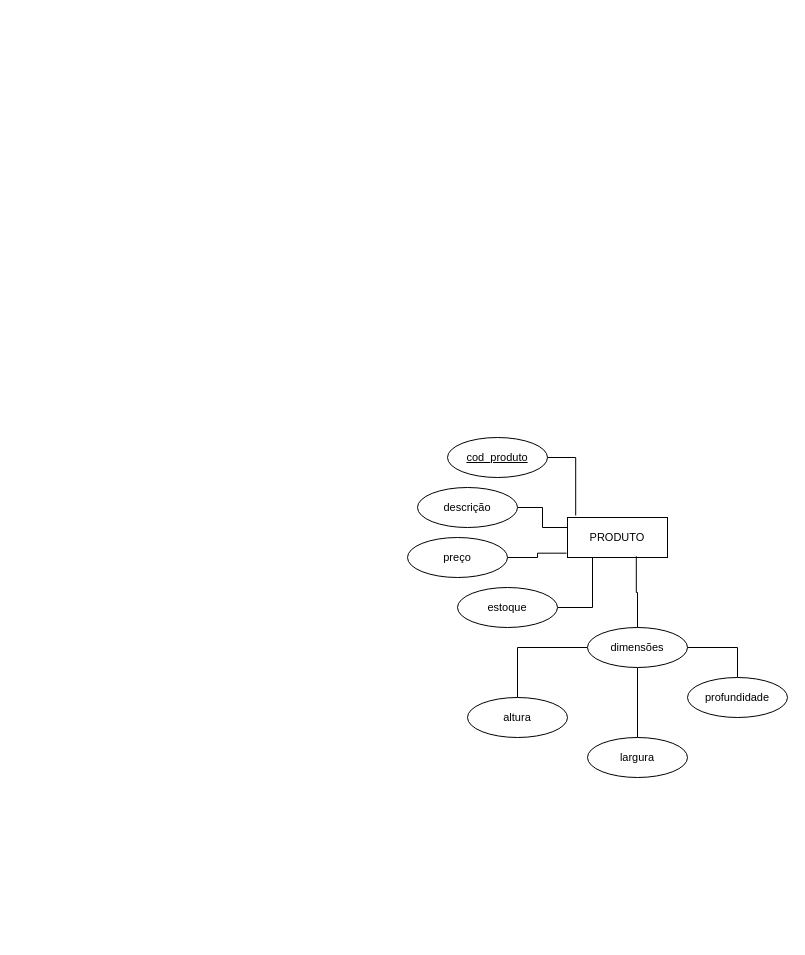
Teroriata/BANCO-DE-DADOS-2025.2 keeps this draw.io diagram as Mind.drawio. Above is the earlier version. Source tidied: cells renumbered, new cells numbered last; positions are measured from the earlier drawing's top-left corner, leaving out a move shared by most shapes. Both pictures are drawn from the tidied source at 100%, with x=0, y=0 at pixel (407, 437).
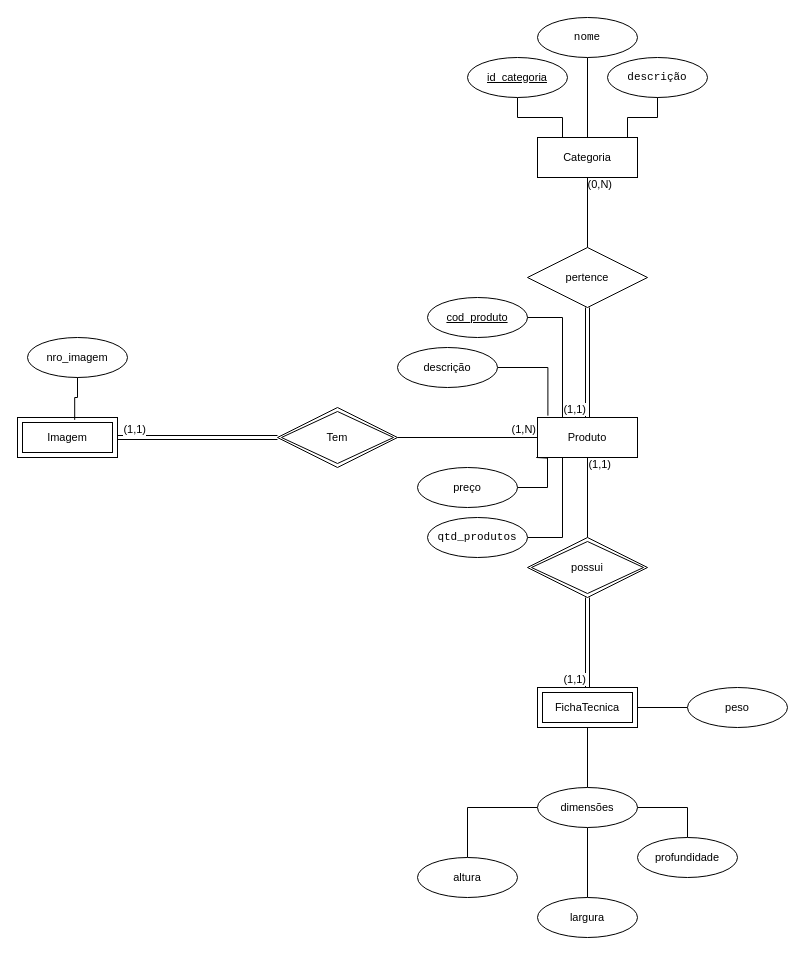
After the change.

What changed in the source:
```diff
@@
-    <mxCell id="2" value="PRODUTO" style="whiteSpace=wrap;html=1;align=center;fontFamily=Helvetica;fontSize=11;fontColor=default;labelBackgroundColor=default;" parent="1" vertex="1">
-      <mxGeometry x="160" y="80" width="100" height="40" as="geometry" />
+    <mxCell id="2" value="Produto" style="whiteSpace=wrap;html=1;align=center;fontFamily=Helvetica;fontSize=11;fontColor=default;labelBackgroundColor=default;" parent="1" vertex="1">
+      <mxGeometry x="130" y="-20" width="100" height="40" as="geometry" />
     </mxCell>
     <mxCell id="3" value="cod_produto" style="ellipse;whiteSpace=wrap;html=1;align=center;fontStyle=4;fontFamily=Helvetica;fontSize=11;fontColor=default;labelBackgroundColor=default;" parent="1" vertex="1">
-      <mxGeometry x="40" width="100" height="40" as="geometry" />
+      <mxGeometry x="20" y="-140" width="100" height="40" as="geometry" />
     </mxCell>
-    <mxCell id="4" style="edgeStyle=orthogonalEdgeStyle;shape=connector;rounded=0;jettySize=auto;html=1;entryX=0;entryY=0.25;entryDx=0;entryDy=0;strokeColor=default;align=center;verticalAlign=middle;fontFamily=Helvetica;fontSize=11;fontColor=default;labelBackgroundColor=default;endArrow=none;endFill=0;" parent="1" edge="1" source="5" target="2">
+    <mxCell id="4" style="edgeStyle=orthogonalEdgeStyle;shape=connector;rounded=0;jettySize=auto;html=1;entryX=0.104;entryY=-0.046;entryDx=0;entryDy=0;strokeColor=default;align=center;verticalAlign=middle;fontFamily=Helvetica;fontSize=11;fontColor=default;labelBackgroundColor=default;endArrow=none;endFill=0;entryPerimeter=0;" parent="1" edge="1" source="5" target="2">
       <mxGeometry relative="1" as="geometry" />
     </mxCell>
     <mxCell id="5" value="descrição" style="ellipse;whiteSpace=wrap;html=1;align=center;fontFamily=Helvetica;fontSize=11;fontColor=default;labelBackgroundColor=default;" parent="1" vertex="1">
-      <mxGeometry x="10" y="50" width="100" height="40" as="geometry" />
+      <mxGeometry x="-10" y="-90" width="100" height="40" as="geometry" />
     </mxCell>
     <mxCell id="6" value="preço" style="ellipse;whiteSpace=wrap;html=1;align=center;fontFamily=Helvetica;fontSize=11;fontColor=default;labelBackgroundColor=default;" parent="1" vertex="1">
-      <mxGeometry y="100" width="100" height="40" as="geometry" />
+      <mxGeometry x="10" y="30" width="100" height="40" as="geometry" />
     </mxCell>
@@
-    <mxCell id="8" value="estoque" style="ellipse;whiteSpace=wrap;html=1;align=center;fontFamily=Helvetica;fontSize=11;fontColor=default;labelBackgroundColor=default;" parent="1" vertex="1">
-      <mxGeometry x="50" y="150" width="100" height="40" as="geometry" />
+    <mxCell id="8" value="&lt;code&gt;qtd_produtos&lt;/code&gt;" style="ellipse;whiteSpace=wrap;html=1;align=center;fontFamily=Helvetica;fontSize=11;fontColor=default;labelBackgroundColor=default;" parent="1" vertex="1">
+      <mxGeometry x="20" y="80" width="100" height="40" as="geometry" />
     </mxCell>
-    <mxCell id="9" style="edgeStyle=orthogonalEdgeStyle;shape=connector;rounded=0;jettySize=auto;html=1;entryX=-0.01;entryY=0.892;entryDx=0;entryDy=0;entryPerimeter=0;strokeColor=default;align=center;verticalAlign=middle;fontFamily=Helvetica;fontSize=11;fontColor=default;labelBackgroundColor=default;endArrow=none;endFill=0;" parent="1" edge="1" source="6" target="2">
-      <mxGeometry relative="1" as="geometry" />
+    <mxCell id="9" style="edgeStyle=orthogonalEdgeStyle;shape=connector;rounded=0;jettySize=auto;html=1;entryX=0.105;entryY=1.016;entryDx=0;entryDy=0;entryPerimeter=0;strokeColor=default;align=center;verticalAlign=middle;fontFamily=Helvetica;fontSize=11;fontColor=default;labelBackgroundColor=default;endArrow=none;endFill=0;" parent="1" edge="1" source="6" target="2">
+      <mxGeometry relative="1" as="geometry">
+        <Array as="points">
+          <mxPoint x="140" y="50" />
+          <mxPoint x="140" y="20" />
+          <mxPoint x="129" y="20" />
+        </Array>
+      </mxGeometry>
     </mxCell>
-    <mxCell id="10" style="edgeStyle=orthogonalEdgeStyle;shape=connector;rounded=0;jettySize=auto;html=1;entryX=0.082;entryY=-0.05;entryDx=0;entryDy=0;entryPerimeter=0;strokeColor=default;align=center;verticalAlign=middle;fontFamily=Helvetica;fontSize=11;fontColor=default;labelBackgroundColor=default;endArrow=none;endFill=0;" parent="1" edge="1" source="3" target="2">
+    <mxCell id="10" style="edgeStyle=orthogonalEdgeStyle;shape=connector;rounded=0;jettySize=auto;html=1;entryX=0.25;entryY=0;entryDx=0;entryDy=0;strokeColor=default;align=center;verticalAlign=middle;fontFamily=Helvetica;fontSize=11;fontColor=default;labelBackgroundColor=default;endArrow=none;endFill=0;" parent="1" edge="1" source="3" target="2">
       <mxGeometry relative="1" as="geometry" />
     </mxCell>
@@
+    <mxCell id="19" style="edgeStyle=orthogonalEdgeStyle;shape=connector;rounded=0;jettySize=auto;html=1;entryX=0.5;entryY=1;entryDx=0;entryDy=0;strokeColor=default;align=center;verticalAlign=middle;fontFamily=Helvetica;fontSize=11;fontColor=default;labelBackgroundColor=default;endArrow=none;endFill=0;" parent="1" edge="1" source="13" target="22">
+      <mxGeometry relative="1" as="geometry" />
+    </mxCell>
     <mxCell id="13" value="dimensões" style="ellipse;whiteSpace=wrap;html=1;align=center;fontFamily=Helvetica;fontSize=11;fontColor=default;labelBackgroundColor=default;" parent="1" vertex="1">
-      <mxGeometry x="180" y="190" width="100" height="40" as="geometry" />
+      <mxGeometry x="130" y="350" width="100" height="40" as="geometry" />
     </mxCell>
-    <mxCell id="14" style="edgeStyle=orthogonalEdgeStyle;shape=connector;rounded=0;jettySize=auto;html=1;entryX=0.688;entryY=0.969;entryDx=0;entryDy=0;entryPerimeter=0;strokeColor=default;align=center;verticalAlign=middle;fontFamily=Helvetica;fontSize=11;fontColor=default;labelBackgroundColor=default;endArrow=none;endFill=0;" parent="1" edge="1" source="13" target="2">
-      <mxGeometry relative="1" as="geometry" />
-    </mxCell>
     <mxCell id="15" value="altura" style="ellipse;whiteSpace=wrap;html=1;align=center;fontFamily=Helvetica;fontSize=11;fontColor=default;labelBackgroundColor=default;" parent="1" vertex="1">
-      <mxGeometry x="60" y="260" width="100" height="40" as="geometry" />
+      <mxGeometry x="10" y="420" width="100" height="40" as="geometry" />
     </mxCell>
     <mxCell id="16" value="largura" style="ellipse;whiteSpace=wrap;html=1;align=center;fontFamily=Helvetica;fontSize=11;fontColor=default;labelBackgroundColor=default;" parent="1" vertex="1">
-      <mxGeometry x="180" y="300" width="100" height="40" as="geometry" />
+      <mxGeometry x="130" y="460" width="100" height="40" as="geometry" />
     </mxCell>
@@
     <mxCell id="18" value="profundidade" style="ellipse;whiteSpace=wrap;html=1;align=center;fontFamily=Helvetica;fontSize=11;fontColor=default;labelBackgroundColor=default;" parent="1" vertex="1">
-      <mxGeometry x="280" y="240" width="100" height="40" as="geometry" />
+      <mxGeometry x="230" y="400" width="100" height="40" as="geometry" />
     </mxCell>
+    <mxCell id="20" style="edgeStyle=orthogonalEdgeStyle;shape=connector;rounded=0;jettySize=auto;html=1;entryX=1;entryY=0.5;entryDx=0;entryDy=0;strokeColor=default;align=center;verticalAlign=middle;fontFamily=Helvetica;fontSize=11;fontColor=default;labelBackgroundColor=default;endArrow=none;endFill=0;" parent="1" edge="1" source="21" target="22">
+      <mxGeometry relative="1" as="geometry" />
+    </mxCell>
+    <mxCell id="21" value="peso" style="ellipse;whiteSpace=wrap;html=1;align=center;fontFamily=Helvetica;fontSize=11;fontColor=default;labelBackgroundColor=default;" parent="1" vertex="1">
+      <mxGeometry x="280" y="250" width="100" height="40" as="geometry" />
+    </mxCell>
+    <mxCell id="22" value="FichaTecnica" style="shape=ext;margin=3;double=1;whiteSpace=wrap;html=1;align=center;fontFamily=Helvetica;fontSize=11;fontColor=default;labelBackgroundColor=default;" parent="1" vertex="1">
+      <mxGeometry x="130" y="250" width="100" height="40" as="geometry" />
+    </mxCell>
+    <mxCell id="23" style="edgeStyle=orthogonalEdgeStyle;shape=connector;rounded=0;jettySize=auto;html=1;entryX=0.5;entryY=1;entryDx=0;entryDy=0;strokeColor=default;align=center;verticalAlign=middle;fontFamily=Helvetica;fontSize=11;fontColor=default;labelBackgroundColor=default;endArrow=none;endFill=0;" parent="1" edge="1" source="24" target="2">
+      <mxGeometry relative="1" as="geometry" />
+    </mxCell>
+    <mxCell id="24" value="possui" style="shape=rhombus;double=1;perimeter=rhombusPerimeter;whiteSpace=wrap;html=1;align=center;fontFamily=Helvetica;fontSize=11;fontColor=default;labelBackgroundColor=default;" parent="1" vertex="1">
+      <mxGeometry x="120" y="100" width="120" height="60" as="geometry" />
+    </mxCell>
+    <mxCell id="25" style="shape=link;html=1;rounded=0;strokeColor=default;align=center;verticalAlign=middle;fontFamily=Helvetica;fontSize=11;fontColor=default;labelBackgroundColor=default;edgeStyle=orthogonalEdgeStyle;endArrow=none;endFill=0;exitX=0.5;exitY=1;exitDx=0;exitDy=0;entryX=0.5;entryY=0;entryDx=0;entryDy=0;" parent="1" edge="1" source="24" target="22">
+      <mxGeometry relative="1" as="geometry" />
+    </mxCell>
+    <mxCell id="26" value="(1,1)" style="html=1;whiteSpace=wrap;align=right;verticalAlign=bottom;fontFamily=Helvetica;fontSize=11;fontColor=default;labelBackgroundColor=default;" parent="25" vertex="1">
+      <mxGeometry x="1" relative="1" as="geometry" />
+    </mxCell>
+    <mxCell id="27" value="(1,1)" style="html=1;whiteSpace=wrap;align=right;verticalAlign=bottom;fontFamily=Helvetica;fontSize=11;fontColor=default;labelBackgroundColor=default;" parent="1" vertex="1">
+      <mxGeometry x="202" y="30" as="geometry">
+        <mxPoint x="3" y="5" as="offset" />
+      </mxGeometry>
+    </mxCell>
+    <mxCell id="28" value="Categoria" style="whiteSpace=wrap;html=1;align=center;fontFamily=Helvetica;fontSize=11;fontColor=default;labelBackgroundColor=default;" parent="1" vertex="1">
+      <mxGeometry x="130" y="-300" width="100" height="40" as="geometry" />
+    </mxCell>
+    <mxCell id="29" style="edgeStyle=orthogonalEdgeStyle;shape=connector;rounded=0;jettySize=auto;html=1;strokeColor=default;align=center;verticalAlign=middle;fontFamily=Helvetica;fontSize=11;fontColor=default;labelBackgroundColor=default;endArrow=none;endFill=0;" parent="1" edge="1" source="30" target="28">
+      <mxGeometry relative="1" as="geometry" />
+    </mxCell>
+    <mxCell id="30" value="&lt;code&gt;nome&lt;/code&gt;" style="ellipse;whiteSpace=wrap;html=1;align=center;fontFamily=Helvetica;fontSize=11;fontColor=default;labelBackgroundColor=default;" parent="1" vertex="1">
+      <mxGeometry x="130" y="-420" width="100" height="40" as="geometry" />
+    </mxCell>
+    <mxCell id="31" style="edgeStyle=orthogonalEdgeStyle;shape=connector;rounded=0;jettySize=auto;html=1;entryX=0.25;entryY=0;entryDx=0;entryDy=0;strokeColor=default;align=center;verticalAlign=middle;fontFamily=Helvetica;fontSize=11;fontColor=default;labelBackgroundColor=default;endArrow=none;endFill=0;exitX=0.5;exitY=1;exitDx=0;exitDy=0;" parent="1" edge="1" source="32" target="28">
+      <mxGeometry relative="1" as="geometry" />
+    </mxCell>
+    <mxCell id="32" value="id_categoria" style="ellipse;whiteSpace=wrap;html=1;align=center;fontStyle=4;fontFamily=Helvetica;fontSize=11;fontColor=default;labelBackgroundColor=default;" parent="1" vertex="1">
+      <mxGeometry x="60" y="-380" width="100" height="40" as="geometry" />
+    </mxCell>
+    <mxCell id="33" value="&lt;code&gt;descrição&lt;/code&gt;" style="ellipse;whiteSpace=wrap;html=1;align=center;fontFamily=Helvetica;fontSize=11;fontColor=default;labelBackgroundColor=default;" parent="1" vertex="1">
+      <mxGeometry x="200" y="-380" width="100" height="40" as="geometry" />
+    </mxCell>
+    <mxCell id="34" style="edgeStyle=orthogonalEdgeStyle;shape=connector;rounded=0;jettySize=auto;html=1;entryX=0.9;entryY=0;entryDx=0;entryDy=0;entryPerimeter=0;strokeColor=default;align=center;verticalAlign=middle;fontFamily=Helvetica;fontSize=11;fontColor=default;labelBackgroundColor=default;endArrow=none;endFill=0;" parent="1" edge="1" source="33" target="28">
+      <mxGeometry relative="1" as="geometry" />
+    </mxCell>
+    <mxCell id="35" style="edgeStyle=orthogonalEdgeStyle;shape=connector;rounded=0;jettySize=auto;html=1;entryX=0.5;entryY=1;entryDx=0;entryDy=0;strokeColor=default;align=center;verticalAlign=middle;fontFamily=Helvetica;fontSize=11;fontColor=default;labelBackgroundColor=default;endArrow=none;endFill=0;" parent="1" edge="1" source="36" target="28">
+      <mxGeometry relative="1" as="geometry" />
+    </mxCell>
+    <mxCell id="36" value="pertence " style="shape=rhombus;perimeter=rhombusPerimeter;whiteSpace=wrap;html=1;align=center;fontFamily=Helvetica;fontSize=11;fontColor=default;labelBackgroundColor=default;" parent="1" vertex="1">
+      <mxGeometry x="120" y="-190" width="120" height="60" as="geometry" />
+    </mxCell>
+    <mxCell id="37" style="shape=link;html=1;rounded=0;strokeColor=default;align=center;verticalAlign=middle;fontFamily=Helvetica;fontSize=11;fontColor=default;labelBackgroundColor=default;edgeStyle=orthogonalEdgeStyle;endArrow=none;endFill=0;exitX=0.5;exitY=1;exitDx=0;exitDy=0;entryX=0.5;entryY=0;entryDx=0;entryDy=0;" parent="1" edge="1" source="36" target="2">
+      <mxGeometry relative="1" as="geometry" />
+    </mxCell>
+    <mxCell id="38" value="(1,1)" style="html=1;whiteSpace=wrap;align=right;verticalAlign=bottom;fontFamily=Helvetica;fontSize=11;fontColor=default;labelBackgroundColor=default;" parent="37" vertex="1">
+      <mxGeometry x="1" relative="1" as="geometry" />
+    </mxCell>
+    <mxCell id="39" value="(0,N)" style="html=1;whiteSpace=wrap;align=right;verticalAlign=bottom;fontFamily=Helvetica;fontSize=11;fontColor=default;labelBackgroundColor=default;" parent="1" vertex="1">
+      <mxGeometry x="206" y="-245" as="geometry" />
+    </mxCell>
+    <mxCell id="40" style="edgeStyle=orthogonalEdgeStyle;shape=connector;rounded=0;jettySize=auto;html=1;entryX=0;entryY=0.5;entryDx=0;entryDy=0;strokeColor=default;align=center;verticalAlign=middle;fontFamily=Helvetica;fontSize=11;fontColor=default;labelBackgroundColor=default;endArrow=none;endFill=0;exitX=1;exitY=0.5;exitDx=0;exitDy=0;" parent="1" edge="1" source="42" target="2">
+      <mxGeometry relative="1" as="geometry" />
+    </mxCell>
+    <mxCell id="41" value="Imagem" style="shape=ext;margin=3;double=1;whiteSpace=wrap;html=1;align=center;fontFamily=Helvetica;fontSize=11;fontColor=default;labelBackgroundColor=default;" parent="1" vertex="1">
+      <mxGeometry x="-390" y="-20" width="100" height="40" as="geometry" />
+    </mxCell>
+    <mxCell id="42" value="Tem" style="shape=rhombus;double=1;perimeter=rhombusPerimeter;whiteSpace=wrap;html=1;align=center;fontFamily=Helvetica;fontSize=11;fontColor=default;labelBackgroundColor=default;" parent="1" vertex="1">
+      <mxGeometry x="-130" y="-30" width="120" height="60" as="geometry" />
+    </mxCell>
+    <mxCell id="43" style="shape=link;html=1;rounded=0;strokeColor=default;align=center;verticalAlign=middle;fontFamily=Helvetica;fontSize=11;fontColor=default;labelBackgroundColor=default;edgeStyle=orthogonalEdgeStyle;endArrow=none;endFill=0;exitX=1;exitY=0.5;exitDx=0;exitDy=0;entryX=0;entryY=0.5;entryDx=0;entryDy=0;" parent="1" edge="1" source="41" target="42">
+      <mxGeometry relative="1" as="geometry" />
+    </mxCell>
+    <mxCell id="44" value="(1,1)" style="html=1;whiteSpace=wrap;align=right;verticalAlign=bottom;fontFamily=Helvetica;fontSize=11;fontColor=default;labelBackgroundColor=default;" parent="43" vertex="1">
+      <mxGeometry x="1" relative="1" as="geometry">
+        <mxPoint x="-130" as="offset" />
+      </mxGeometry>
+    </mxCell>
+    <mxCell id="45" value="nro_imagem" style="ellipse;whiteSpace=wrap;html=1;align=center;fontFamily=Helvetica;fontSize=11;fontColor=default;labelBackgroundColor=default;" parent="1" vertex="1">
+      <mxGeometry x="-380" y="-100" width="100" height="40" as="geometry" />
+    </mxCell>
+    <mxCell id="46" value="(1,N)" style="html=1;whiteSpace=wrap;align=right;verticalAlign=bottom;fontFamily=Helvetica;fontSize=11;fontColor=default;labelBackgroundColor=default;" parent="1" vertex="1">
+      <mxGeometry x="130" as="geometry" />
+    </mxCell>
+    <mxCell id="47" style="edgeStyle=orthogonalEdgeStyle;shape=connector;rounded=0;jettySize=auto;html=1;entryX=0.572;entryY=0.06;entryDx=0;entryDy=0;entryPerimeter=0;strokeColor=default;align=center;verticalAlign=middle;fontFamily=Helvetica;fontSize=11;fontColor=default;labelBackgroundColor=default;endArrow=none;endFill=0;" parent="1" edge="1" source="45" target="41">
+      <mxGeometry relative="1" as="geometry" />
+    </mxCell>
```
